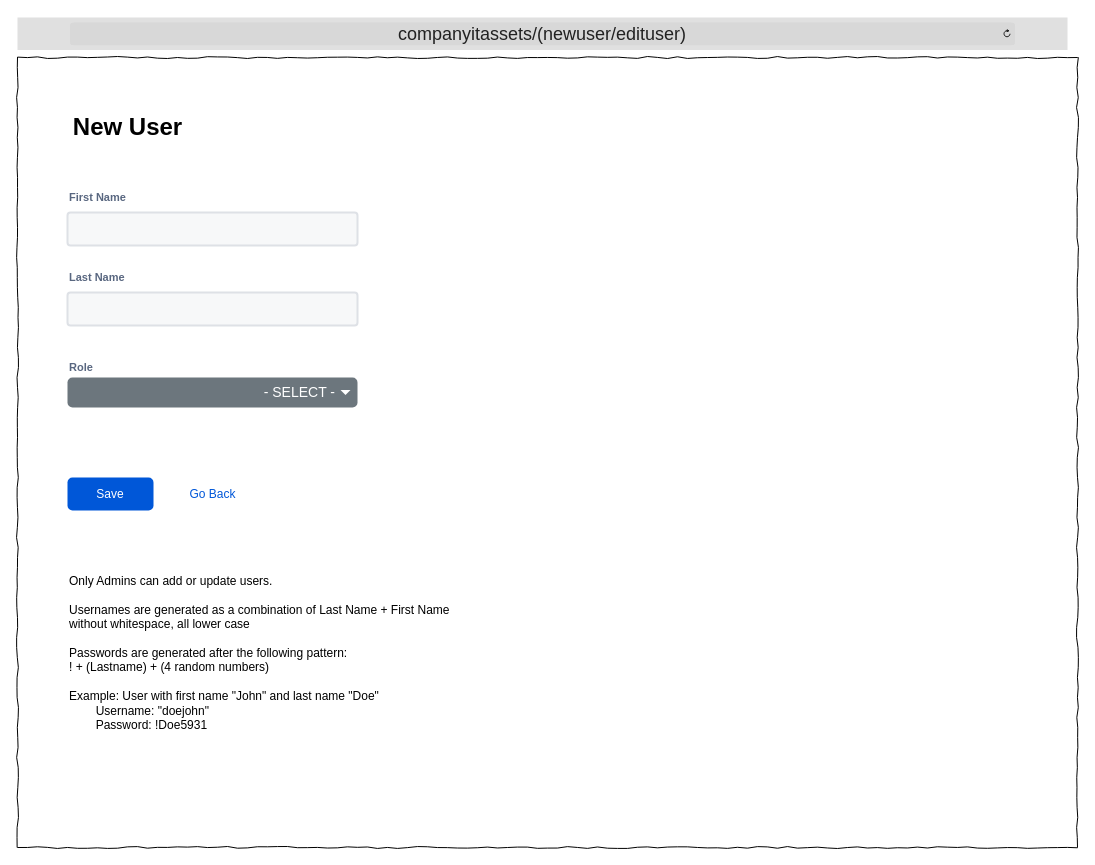
The draw.io diagram Wireframes/ITAT_UserRegistration.drawio in TRed91/ITAssetTracking, before the edit. Source tidied: cells renumbered, new cells numbered last; positions are measured from the earlier drawing's top-left corner, leaving out a move shared by most shapes. Both pictures are drawn from the tidied source at 100%, with x=0, y=0 at pixel (17, 17).
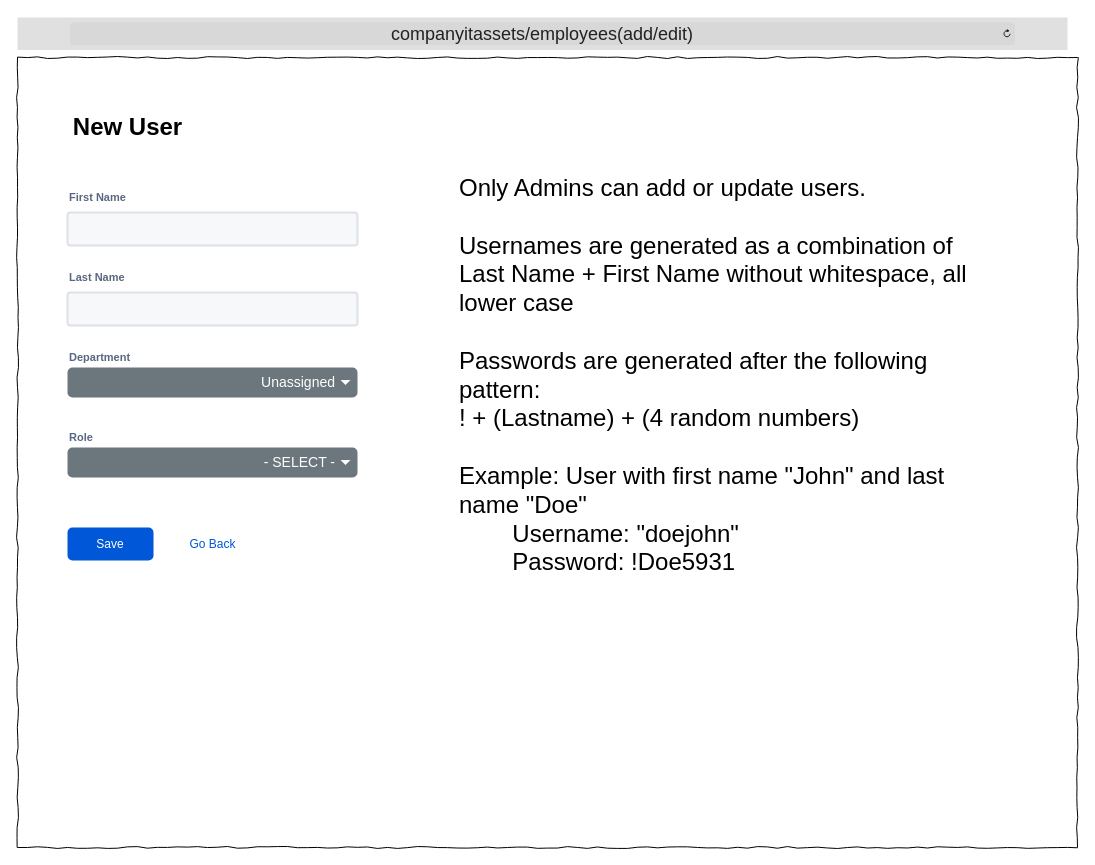
The same page after the edit.

Change to the diagram source:
```diff
@@
 <mxGraphModel>
   <root>
     <mxCell id="0" />
     <mxCell id="1" parent="0" />
     <mxCell id="2" style="whiteSpace=wrap;html=1;rounded=0;shadow=0;labelBackgroundColor=none;strokeColor=#000000;strokeWidth=1;fillColor=none;fontFamily=Verdana;fontSize=12;fontColor=#000000;align=center;comic=1;" parent="1" vertex="1">
       <mxGeometry y="40" width="1060" height="790" as="geometry" />
     </mxCell>
-    <mxCell id="3" value="&lt;font style=&quot;font-size: 18px;&quot;&gt;companyitassets/(newuser/edituser)&lt;/font&gt;" style="html=1;strokeWidth=1;shadow=0;dashed=0;shape=mxgraph.ios7ui.url;fillColor=#e0e0e0;strokeColor=#c0c0c0;buttonText=;strokeColor2=#222222;fontColor=#222222;fontSize=8;spacingTop=2;align=center;whiteSpace=wrap;" parent="1" vertex="1">
+    <mxCell id="3" value="&lt;font style=&quot;font-size: 18px;&quot;&gt;companyitassets&lt;/font&gt;&lt;span style=&quot;font-size: 18px; background-color: transparent; color: light-dark(rgb(34, 34, 34), rgb(208, 208, 208));&quot;&gt;/employees(add/edit)&lt;/span&gt;" style="html=1;strokeWidth=1;shadow=0;dashed=0;shape=mxgraph.ios7ui.url;fillColor=#e0e0e0;strokeColor=#c0c0c0;buttonText=;strokeColor2=#222222;fontColor=#222222;fontSize=8;spacingTop=2;align=center;whiteSpace=wrap;" parent="1" vertex="1">
       <mxGeometry width="1050" height="32.5" as="geometry" />
     </mxCell>
     <mxCell id="4" value="New User" style="text;strokeColor=none;fillColor=none;html=1;fontSize=24;fontStyle=1;verticalAlign=middle;align=center;" parent="1" vertex="1">
       <mxGeometry x="50" y="90" width="120" height="40" as="geometry" />
     </mxCell>
     <mxCell id="5" value="Last Name" style="fillColor=none;strokeColor=none;html=1;fontSize=11;fontStyle=0;align=left;fontColor=#596780;fontStyle=1;fontSize=11;" parent="1" vertex="1">
       <mxGeometry x="50" y="250" width="240" height="20" as="geometry" />
     </mxCell>
     <mxCell id="6" style="rounded=1;arcSize=9;fillColor=#F7F8F9;align=left;spacingLeft=5;strokeColor=#DEE1E6;html=1;strokeWidth=2;fontSize=12;" parent="1" vertex="1">
       <mxGeometry x="50" y="275" width="290" height="33" as="geometry" />
     </mxCell>
     <mxCell id="7" style="rounded=1;arcSize=9;fillColor=#F7F8F9;align=left;spacingLeft=5;strokeColor=#DEE1E6;html=1;strokeWidth=2;fontSize=12;" parent="1" vertex="1">
       <mxGeometry x="50" y="195" width="290" height="33" as="geometry" />
     </mxCell>
     <mxCell id="8" value="First Name" style="fillColor=none;strokeColor=none;html=1;fontSize=11;fontStyle=0;align=left;fontColor=#596780;fontStyle=1;fontSize=11;" parent="1" vertex="1">
       <mxGeometry x="50" y="170" width="240" height="20" as="geometry" />
     </mxCell>
     <mxCell id="9" value="Role" style="fillColor=none;strokeColor=none;html=1;fontSize=11;fontStyle=0;align=left;fontColor=#596780;fontStyle=1;fontSize=11;" parent="1" vertex="1">
-      <mxGeometry x="50" y="340" width="240" height="20" as="geometry" />
+      <mxGeometry x="50" y="410" width="240" height="20" as="geometry" />
     </mxCell>
     <mxCell id="10" value="- SELECT -" style="html=1;shadow=0;dashed=0;shape=mxgraph.bootstrap.rrect;rSize=5;strokeColor=none;strokeWidth=1;fillColor=#6C767D;fontColor=#ffffff;whiteSpace=wrap;align=right;verticalAlign=middle;fontStyle=0;fontSize=14;spacingRight=20;" parent="1" vertex="1">
-      <mxGeometry x="50" y="360" width="290" height="30" as="geometry" />
+      <mxGeometry x="50" y="430" width="290" height="30" as="geometry" />
     </mxCell>
     <mxCell id="11" style="shape=triangle;direction=south;fillColor=#ffffff;strokeColor=none;perimeter=none;" parent="10" vertex="1">
       <mxGeometry x="1" y="0.5" width="10" height="5" relative="1" as="geometry">
         <mxPoint x="-17" y="-2.5" as="offset" />
       </mxGeometry>
     </mxCell>
     <mxCell id="12" value="Save" style="rounded=1;fillColor=#0057D8;strokeColor=none;html=1;whiteSpace=wrap;fontColor=#ffffff;align=center;verticalAlign=middle;fontStyle=0;fontSize=12;sketch=0;" parent="1" vertex="1">
-      <mxGeometry x="50" y="460" width="86" height="33" as="geometry" />
+      <mxGeometry x="50" y="510" width="86" height="33" as="geometry" />
     </mxCell>
     <mxCell id="13" value="Go Back" style="fillColor=none;strokeColor=none;html=1;fontColor=#0057D8;align=center;verticalAlign=middle;fontStyle=0;fontSize=12;" parent="1" vertex="1">
-      <mxGeometry x="152" y="460" width="86" height="33" as="geometry" />
+      <mxGeometry x="152" y="510" width="86" height="33" as="geometry" />
     </mxCell>
-    <mxCell id="14" value="Only Admins can add or update users.&lt;div&gt;&lt;br&gt;&lt;/div&gt;&lt;div&gt;Usernames are generated as a combination of Last Name + First Name without whitespace, all lower case&lt;/div&gt;&lt;div&gt;&lt;br&gt;&lt;/div&gt;&lt;div&gt;Passwords are generated after the following pattern:&lt;/div&gt;&lt;div&gt;! + (Lastname) + (4 random numbers)&lt;/div&gt;&lt;div&gt;&lt;br&gt;&lt;/div&gt;&lt;div&gt;Example: User with first name &quot;John&quot; and last name &quot;Doe&quot;&lt;/div&gt;&lt;div&gt;&lt;span style=&quot;white-space: pre;&quot;&gt;&#9;&lt;/span&gt;Username: &quot;doejohn&quot;&lt;br&gt;&lt;/div&gt;&lt;div&gt;&lt;span style=&quot;white-space: pre;&quot;&gt;&#9;&lt;/span&gt;Password: !Doe5931&lt;br&gt;&lt;/div&gt;&lt;div&gt;&lt;br&gt;&lt;/div&gt;" style="text;html=1;align=left;verticalAlign=top;whiteSpace=wrap;rounded=0;fontColor=light-dark(#000000,#7D7D7D);" parent="1" vertex="1">
-      <mxGeometry x="50" y="550" width="420" height="230" as="geometry" />
+    <mxCell id="14" value="Only Admins can add or update users.&lt;div&gt;&lt;br&gt;&lt;/div&gt;&lt;div&gt;Usernames are generated as a combination of Last Name + First Name without whitespace, all lower case&lt;/div&gt;&lt;div&gt;&lt;br&gt;&lt;/div&gt;&lt;div&gt;Passwords are generated after the following pattern:&lt;/div&gt;&lt;div&gt;! + (Lastname) + (4 random numbers)&lt;/div&gt;&lt;div&gt;&lt;br&gt;&lt;/div&gt;&lt;div&gt;Example: User with first name &quot;John&quot; and last name &quot;Doe&quot;&lt;/div&gt;&lt;div&gt;&lt;span style=&quot;white-space: pre;&quot;&gt;&#9;&lt;/span&gt;Username: &quot;doejohn&quot;&lt;br&gt;&lt;/div&gt;&lt;div&gt;&lt;span style=&quot;white-space: pre;&quot;&gt;&#9;&lt;/span&gt;Password: !Doe5931&lt;br&gt;&lt;/div&gt;&lt;div&gt;&lt;br&gt;&lt;/div&gt;" style="text;html=1;align=left;verticalAlign=top;whiteSpace=wrap;rounded=0;fontColor=light-dark(#000000,#7D7D7D);fontSize=24;" parent="1" vertex="1">
+      <mxGeometry x="440" y="150" width="530" height="470" as="geometry" />
     </mxCell>
+    <mxCell id="15" value="Unassigned" style="html=1;shadow=0;dashed=0;shape=mxgraph.bootstrap.rrect;rSize=5;strokeColor=none;strokeWidth=1;fillColor=#6C767D;fontColor=#ffffff;whiteSpace=wrap;align=right;verticalAlign=middle;fontStyle=0;fontSize=14;spacingRight=20;" parent="1" vertex="1">
+      <mxGeometry x="50" y="350" width="290" height="30" as="geometry" />
+    </mxCell>
+    <mxCell id="16" style="shape=triangle;direction=south;fillColor=#ffffff;strokeColor=none;perimeter=none;" parent="15" vertex="1">
+      <mxGeometry x="1" y="0.5" width="10" height="5" relative="1" as="geometry">
+        <mxPoint x="-17" y="-2.5" as="offset" />
+      </mxGeometry>
+    </mxCell>
+    <mxCell id="17" value="Department" style="fillColor=none;strokeColor=none;html=1;fontSize=11;fontStyle=0;align=left;fontColor=#596780;fontStyle=1;fontSize=11;" parent="1" vertex="1">
+      <mxGeometry x="50" y="330" width="240" height="20" as="geometry" />
+    </mxCell>
   </root>
 </mxGraphModel>
```
